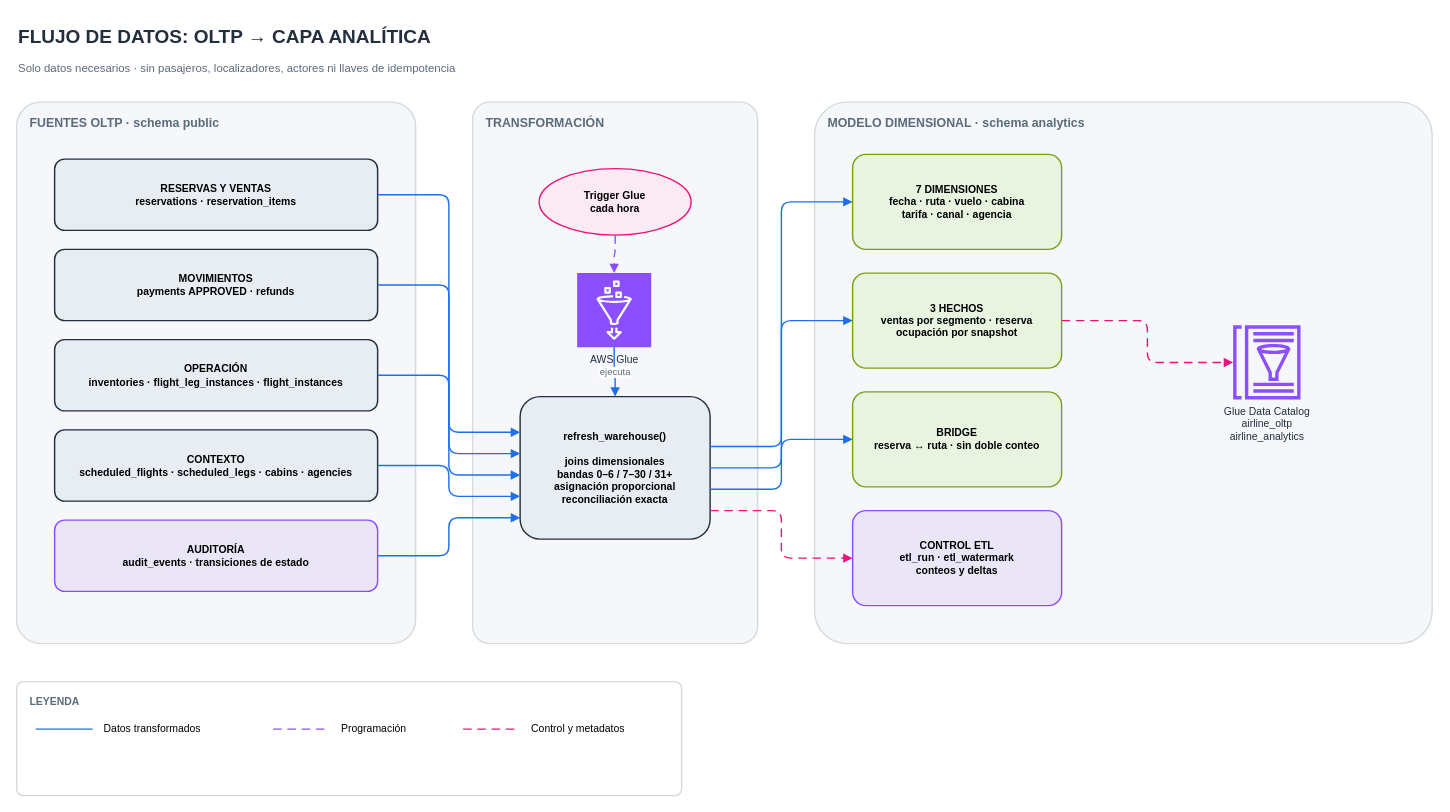
santiagogarzon-bld/bigdata-parcial-airline keeps this draw.io diagram as diagramas/flujo-datos-analitica.drawio. Above is the earlier version. Source tidied: cells renumbered, new cells numbered last; positions are measured from the earlier drawing's top-left corner, leaving out a move shared by most shapes. Both pictures are drawn from the tidied source at 95%, with x=0, y=0 at pixel (16, 16).
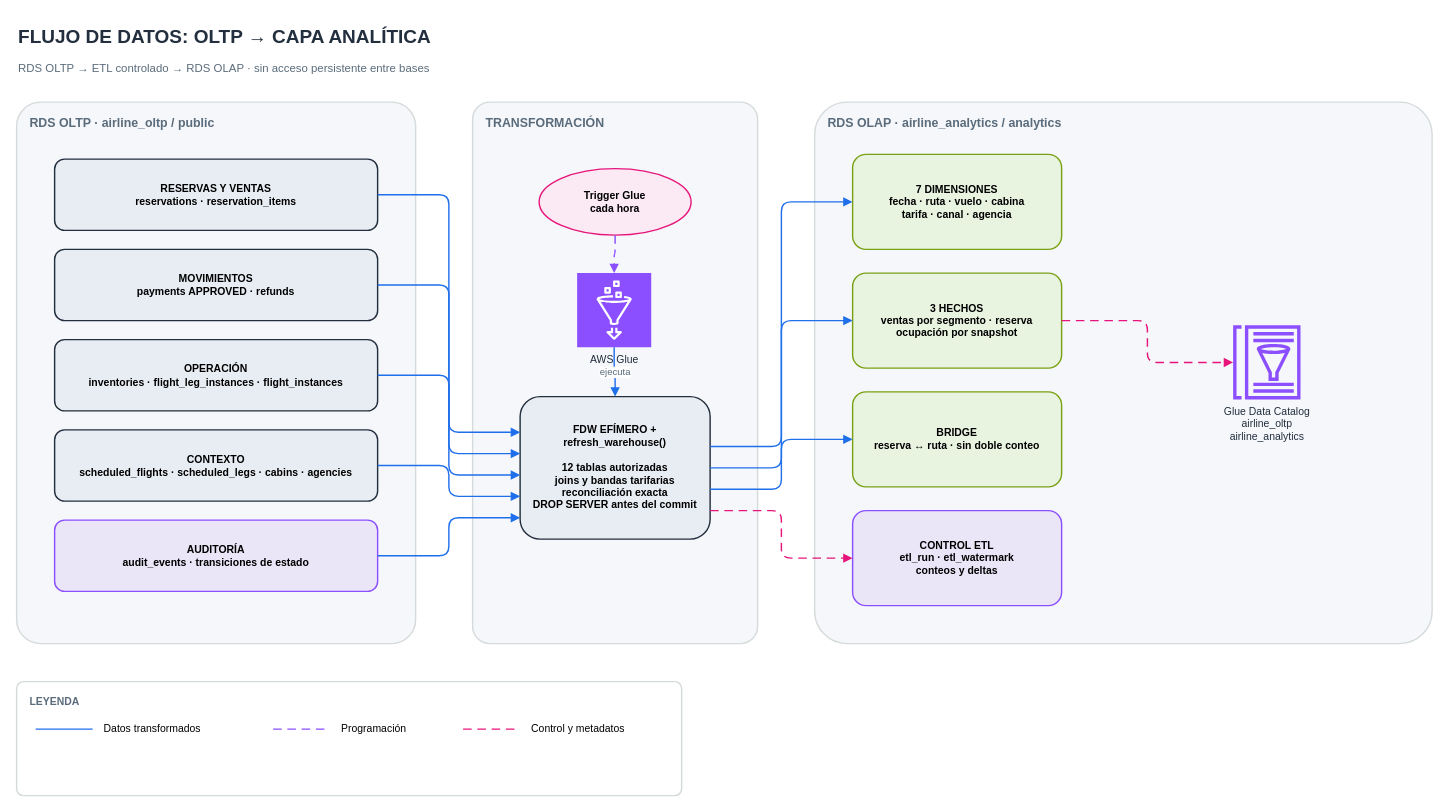
The same page after the edit.

Unchanged cells that the change refers to:
```xml
<mxCell id="10" value="TRANSFORMACIÓN" style="rounded=1;arcSize=6;whiteSpace=wrap;html=1;fillColor=#F5F7FA;strokeColor=#D5DBDB;verticalAlign=top;align=left;fontFamily=Helvetica;fontSize=13;fontStyle=1;fontColor=#5A6B7B;spacingLeft=12;spacingTop=8;strokeWidth=1.5;" parent="1" vertex="1">
  <mxGeometry x="480" y="90" width="300" height="570" as="geometry" />
</mxCell>
```

Change to the diagram source:
```diff
@@
-    <mxCell id="3" value="Solo datos necesarios · sin pasajeros, localizadores, actores ni llaves de idempotencia" style="text;html=1;align=left;verticalAlign=middle;fontFamily=Helvetica;fontSize=12;fontColor=#5A6B7B;strokeColor=none;fillColor=none;" parent="1" vertex="1">
+    <mxCell id="3" value="RDS OLTP → ETL controlado → RDS OLAP · sin acceso persistente entre bases" style="text;html=1;align=left;verticalAlign=middle;fontFamily=Helvetica;fontSize=12;fontColor=#5A6B7B;strokeColor=none;fillColor=none;" parent="1" vertex="1">
       <mxGeometry y="40" width="900" height="30" as="geometry" />
     </mxCell>
-    <mxCell id="4" value="FUENTES OLTP · schema public" style="rounded=1;arcSize=6;whiteSpace=wrap;html=1;fillColor=#F5F7FA;strokeColor=#D5DBDB;verticalAlign=top;align=left;fontFamily=Helvetica;fontSize=13;fontStyle=1;fontColor=#5A6B7B;spacingLeft=12;spacingTop=8;strokeWidth=1.5;" parent="1" vertex="1">
+    <mxCell id="4" value="RDS OLTP · airline_oltp / public" style="rounded=1;arcSize=6;whiteSpace=wrap;html=1;fillColor=#F5F7FA;strokeColor=#D5DBDB;verticalAlign=top;align=left;fontFamily=Helvetica;fontSize=13;fontStyle=1;fontColor=#5A6B7B;spacingLeft=12;spacingTop=8;strokeWidth=1.5;" parent="1" vertex="1">
       <mxGeometry y="90" width="420" height="570" as="geometry" />
     </mxCell>
@@
-    <mxCell id="13" value="refresh_warehouse()&#10;&#10;joins dimensionales&#10;bandas 0–6 / 7–30 / 31+&#10;asignación proporcional&#10;reconciliación exacta" style="rounded=1;arcSize=14;whiteSpace=wrap;html=1;fillColor=#E8EDF3;strokeColor=#232F3E;fontFamily=Helvetica;fontSize=11;fontStyle=1;strokeWidth=1.5;spacing=8;" parent="10" vertex="1">
+    <mxCell id="13" value="FDW EFÍMERO + refresh_warehouse()&#10;&#10;12 tablas autorizadas&#10;joins y bandas tarifarias&#10;reconciliación exacta&#10;DROP SERVER antes del commit" style="rounded=1;arcSize=14;whiteSpace=wrap;html=1;fillColor=#E8EDF3;strokeColor=#232F3E;fontFamily=Helvetica;fontSize=11;fontStyle=1;strokeWidth=1.5;spacing=8;" parent="10" vertex="1">
       <mxGeometry x="50" y="310" width="200" height="150" as="geometry" />
     </mxCell>
-    <mxCell id="14" value="MODELO DIMENSIONAL · schema analytics" style="rounded=1;arcSize=6;whiteSpace=wrap;html=1;fillColor=#F5F7FA;strokeColor=#D5DBDB;verticalAlign=top;align=left;fontFamily=Helvetica;fontSize=13;fontStyle=1;fontColor=#5A6B7B;spacingLeft=12;spacingTop=8;strokeWidth=1.5;" parent="1" vertex="1">
+    <mxCell id="14" value="RDS OLAP · airline_analytics / analytics" style="rounded=1;arcSize=6;whiteSpace=wrap;html=1;fillColor=#F5F7FA;strokeColor=#D5DBDB;verticalAlign=top;align=left;fontFamily=Helvetica;fontSize=13;fontStyle=1;fontColor=#5A6B7B;spacingLeft=12;spacingTop=8;strokeWidth=1.5;" parent="1" vertex="1">
       <mxGeometry x="840" y="90" width="650" height="570" as="geometry" />
     </mxCell>
```
